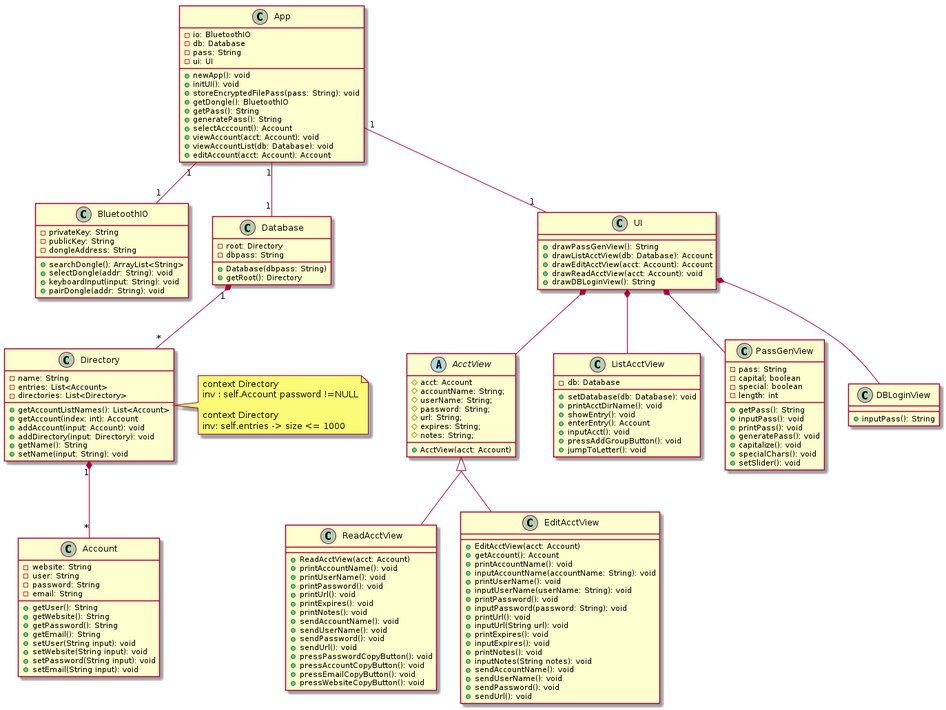
gentmantan/cen4010groupproject keeps this PlantUML diagram as docs/diag/group/class1.png. Above is the earlier version.
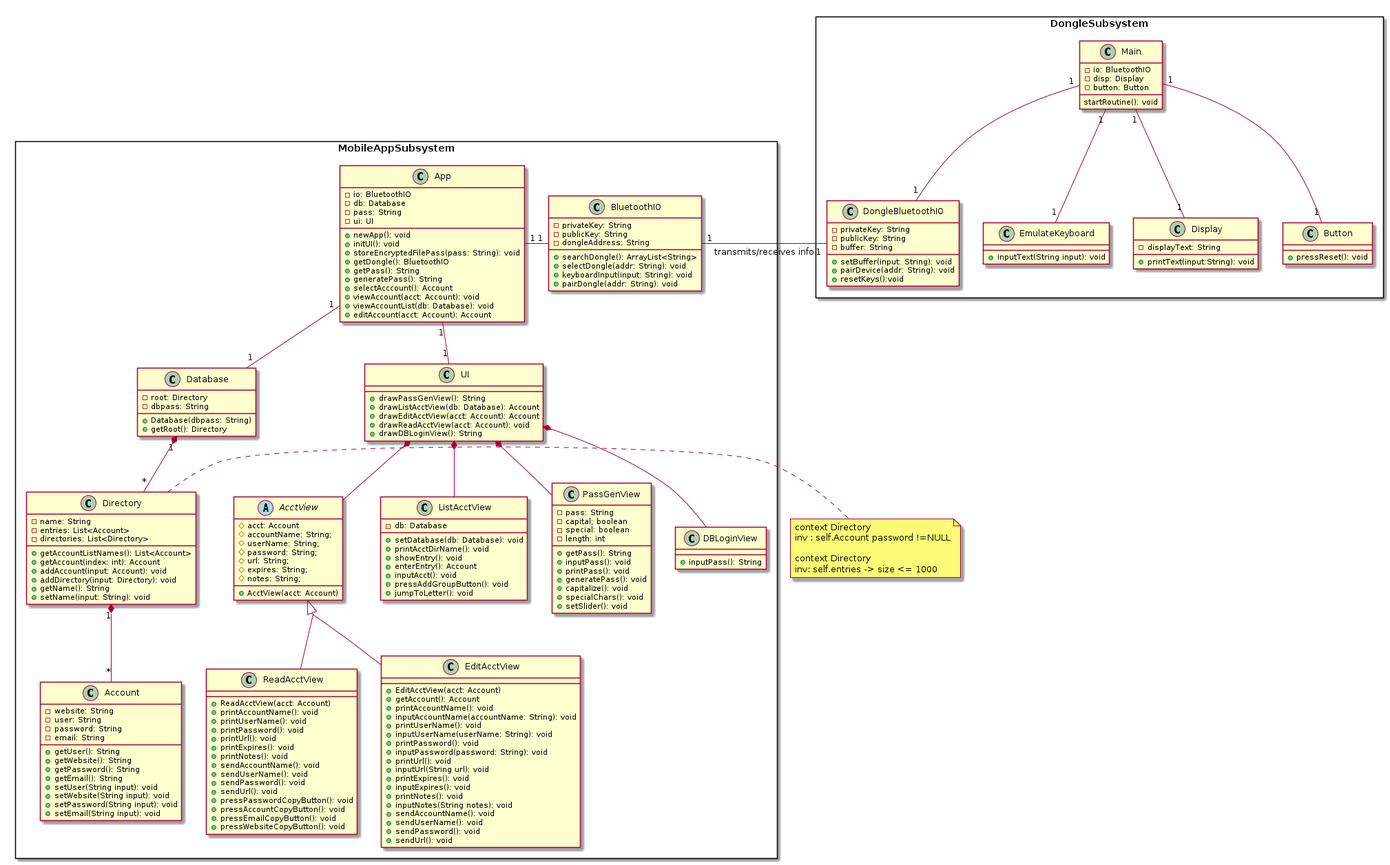
The same file after the commit.

Diff of the diagram source:
```diff
@@ -1,44 +1,45 @@
 @startuml
 skinparam groupInheritance 2
 
-class App {
-  -io: BluetoothIO
-  -db: Database
-  -pass: String
-  -ui: UI
-  +newApp(): void
-  +initUI(): void
-  +storeEncryptedFilePass(pass: String): void
-  +getDongle(): BluetoothIO
-  +getPass(): String
-  +generatePass(): String
-  +selectAcccount(): Account
-  +viewAccount(acct: Account): void
-  +viewAccountList(db: Database): void
-  +editAccount(acct: Account): Account
-}
+package MobileAppSubsystem <<Rectangle>> {
+  class App {
+    -io: BluetoothIO
+    -db: Database
+    -pass: String
+    -ui: UI
+    +newApp(): void
+    +initUI(): void
+    +storeEncryptedFilePass(pass: String): void
+    +getDongle(): BluetoothIO
+    +getPass(): String
+    +generatePass(): String
+    +selectAcccount(): Account
+    +viewAccount(acct: Account): void
+    +viewAccountList(db: Database): void
+    +editAccount(acct: Account): Account
+  }
 
-class BluetoothIO {
-  -privateKey: String
-  -publicKey: String
-  -dongleAddress: String
-  +searchDongle(): ArrayList<String>
-  +selectDongle(addr: String): void
-  +keyboardInput(input: String): void
-  +pairDongle(addr: String): void
-}
+  class BluetoothIO {
+    -privateKey: String
+    -publicKey: String
+    -dongleAddress: String
+    +searchDongle(): ArrayList<String>
+    +selectDongle(addr: String): void
+    +keyboardInput(input: String): void
+    +pairDongle(addr: String): void
+  }
 
-    class Directory {
-      -name: String
-      -entries: List<Account>
-      -directories: List<Directory>
-      +getAccountListNames(): List<Account>
-      +getAccount(index: int): Account
-      +addAccount(input: Account): void
-      +addDirectory(input: Directory): void
-      +getName(): String
-      +setName(input: String): void
-    }
+  class Directory {
+    -name: String
+    -entries: List<Account>
+    -directories: List<Directory>
+    +getAccountListNames(): List<Account>
+    +getAccount(index: int): Account
+    +addAccount(input: Account): void
+    +addDirectory(input: Directory): void
+    +getName(): String
+    +setName(input: String): void
+  }
 
     class Database{
       -root: Directory
@@ -147,9 +148,45 @@
       +sendUserName(): void
       +sendPassword(): void
       +sendUrl(): void
+      }
     }
 
-App "1" -- "1" BluetoothIO
+    package DongleSubsystem <<Rectangle>> {
+      class Main{
+        -io: BluetoothIO
+        -disp: Display
+        -button: Button
+        startRoutine(): void
+      }
+      class DongleBluetoothIO {
+        -privateKey: String
+        -publicKey: String
+        -buffer: String
+        +setBuffer(input: String): void
+        +pairDevice(addr: String): void
+        +resetKeys():void
+      }
+
+      class EmulateKeyboard {
+        +inputText(String input): void
+      }
+
+      class Display {
+        -displayText: String
+        +printText(input:String): void
+      }
+
+      class Button {
+        +pressReset(): void
+      }
+    }
+
+    Main "1" -- "1" DongleBluetoothIO
+    Main "1" -- "1" EmulateKeyboard
+    Main "1" -- "1" Display
+    Main "1" -- "1" Button
+    BluetoothIO "1" -right- "1" DongleBluetoothIO : transmits/receives info
+App "1" -right- "1" BluetoothIO
 
 App "1" -- "1" Database
 Database "1" *-- "*" Directory
@@ -158,7 +195,7 @@
 App "1" -- "1" UI
 UI *--  AcctView
 
-note right of Directory
+note left of Directory
   context Directory
   inv : self.Account password !=NULL
 
```
